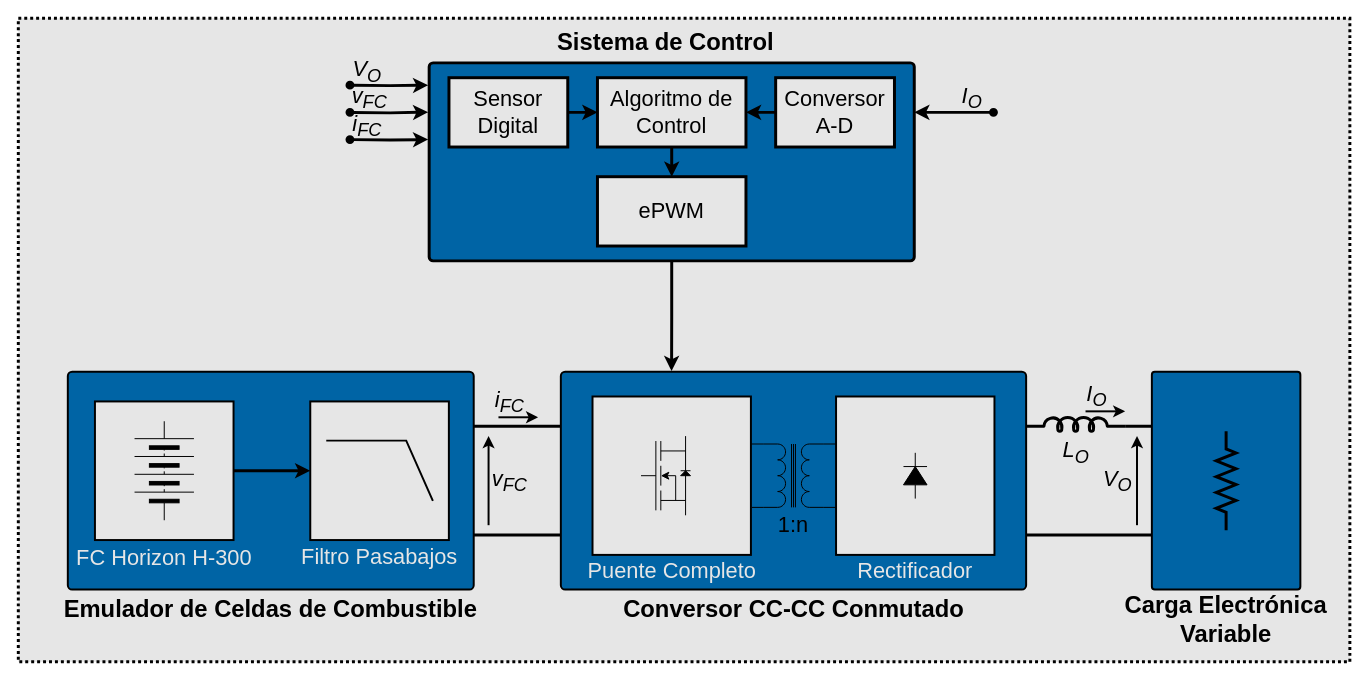
Earlier version of the draw.io diagram Informe/Diagramas/Plataforma Experimental.drawio (tomas-tavella/Proyecto-Final). Source tidied: cells renumbered, new cells numbered last; positions are measured from the earlier drawing's top-left corner, leaving out a move shared by most shapes. Both pictures are drawn from the tidied source at 99%, with x=0, y=0 at pixel (18, 18).
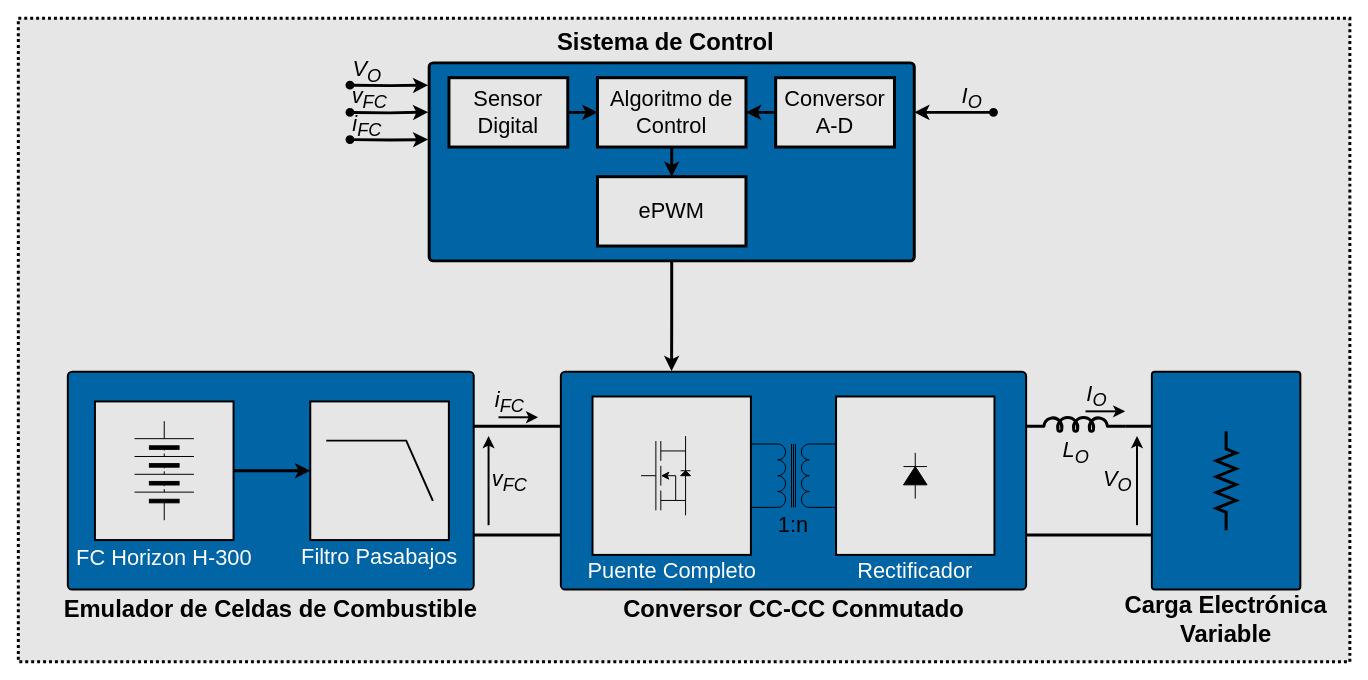
The same page after the edit.

Commit message (it also covers changes not shown here):
Agregar el diagrama definitivo del SHGE en la intro

Change to the diagram source:
```diff
@@
-    <mxCell id="6" value="&lt;font style=&quot;font-size: 22px;&quot; color=&quot;#e6e6e6&quot;&gt;Rectificador&lt;/font&gt;" style="text;html=1;strokeColor=none;fillColor=none;align=center;verticalAlign=middle;whiteSpace=wrap;rounded=0;fontFamily=CMU Serif;fontSize=18;fontStyle=0;" parent="1" vertex="1">
+    <mxCell id="6" value="&lt;font color=&quot;#ffffff&quot; style=&quot;font-size: 22px;&quot;&gt;Rectificador&lt;/font&gt;" style="text;html=1;strokeColor=none;fillColor=none;align=center;verticalAlign=middle;whiteSpace=wrap;rounded=0;fontFamily=CMU Serif;fontSize=18;fontStyle=0;" parent="1" vertex="1">
       <mxGeometry x="836" y="545.3" width="140" height="28" as="geometry" />
     </mxCell>
@@
-    <mxCell id="26" value="&lt;font style=&quot;font-size: 22px;&quot; color=&quot;#e6e6e6&quot;&gt;Puente Completo&lt;/font&gt;" style="text;html=1;strokeColor=none;fillColor=none;align=center;verticalAlign=middle;whiteSpace=wrap;rounded=0;fontFamily=CMU Serif;fontSize=18;" parent="1" vertex="1">
+    <mxCell id="26" value="&lt;font color=&quot;#ffffff&quot; style=&quot;font-size: 22px;&quot;&gt;Puente Completo&lt;/font&gt;" style="text;html=1;strokeColor=none;fillColor=none;align=center;verticalAlign=middle;whiteSpace=wrap;rounded=0;fontFamily=CMU Serif;fontSize=18;" parent="1" vertex="1">
       <mxGeometry x="572.5" y="545.3" width="175" height="26.5" as="geometry" />
     </mxCell>
@@
-    <mxCell id="56" value="&lt;font style=&quot;font-size: 22px;&quot; color=&quot;#e6e6e6&quot;&gt;FC Horizon H-300&lt;/font&gt;" style="text;html=1;strokeColor=none;fillColor=none;align=center;verticalAlign=middle;whiteSpace=wrap;rounded=0;fontFamily=CMU Serif;fontSize=18;" parent="1" vertex="1">
+    <mxCell id="56" value="&lt;font color=&quot;#ffffff&quot; style=&quot;font-size: 22px;&quot;&gt;FC Horizon H-300&lt;/font&gt;" style="text;html=1;strokeColor=none;fillColor=none;align=center;verticalAlign=middle;whiteSpace=wrap;rounded=0;fontFamily=CMU Serif;fontSize=18;" parent="1" vertex="1">
       <mxGeometry x="55" y="532.5" width="184.8" height="26.5" as="geometry" />
     </mxCell>
@@
-    <mxCell id="58" value="&lt;font style=&quot;font-size: 22px;&quot; color=&quot;#e6e6e6&quot;&gt;Filtro Pasabajos&lt;/font&gt;" style="text;html=1;strokeColor=none;fillColor=none;align=center;verticalAlign=middle;whiteSpace=wrap;rounded=0;fontFamily=CMU Serif;fontSize=18;fontStyle=0;" parent="1" vertex="1">
+    <mxCell id="58" value="&lt;font color=&quot;#ffffff&quot; style=&quot;font-size: 22px;&quot;&gt;Filtro Pasabajos&lt;/font&gt;" style="text;html=1;strokeColor=none;fillColor=none;align=center;verticalAlign=middle;whiteSpace=wrap;rounded=0;fontFamily=CMU Serif;fontSize=18;fontStyle=0;" parent="1" vertex="1">
       <mxGeometry x="280" y="532.5" width="169.8" height="24.5" as="geometry" />
     </mxCell>
```
